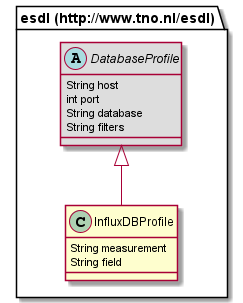
Earlier version of the PlantUML export 687474703a2f2f7777772e746e6f2e6e6c2f6573646c/InfluxDBProfile.png (EnergyTransition/energytransition.github.io).
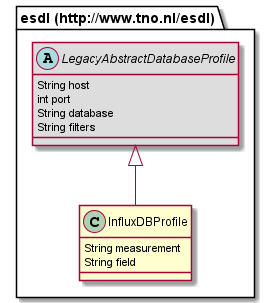
The same file after the commit.

Diff of the diagram source:
```diff
@@ -3,11 +3,11 @@
 	String measurement
 	String field
 }
-abstract class "esdl (http://www.tno.nl/esdl).DatabaseProfile" [[#router/doc-content/687474703a2f2f7777772e746e6f2e6e6c2f6573646c/DatabaseProfile.html{Describes the fields of a generic database-based profile}]] #DDDDDD {
+abstract class "esdl (http://www.tno.nl/esdl).LegacyAbstractDatabaseProfile" [[#router/doc-content/687474703a2f2f7777772e746e6f2e6e6c2f6573646c/LegacyAbstractDatabaseProfile.html{Describes the fields of a generic database-based profile}]] #DDDDDD {
 	String host
 	int port
 	String database
 	String filters
 }
-"esdl (http://www.tno.nl/esdl).DatabaseProfile" <|-- "esdl (http://www.tno.nl/esdl).InfluxDBProfile"
+"esdl (http://www.tno.nl/esdl).LegacyAbstractDatabaseProfile" <|-- "esdl (http://www.tno.nl/esdl).InfluxDBProfile"
 @enduml
```
